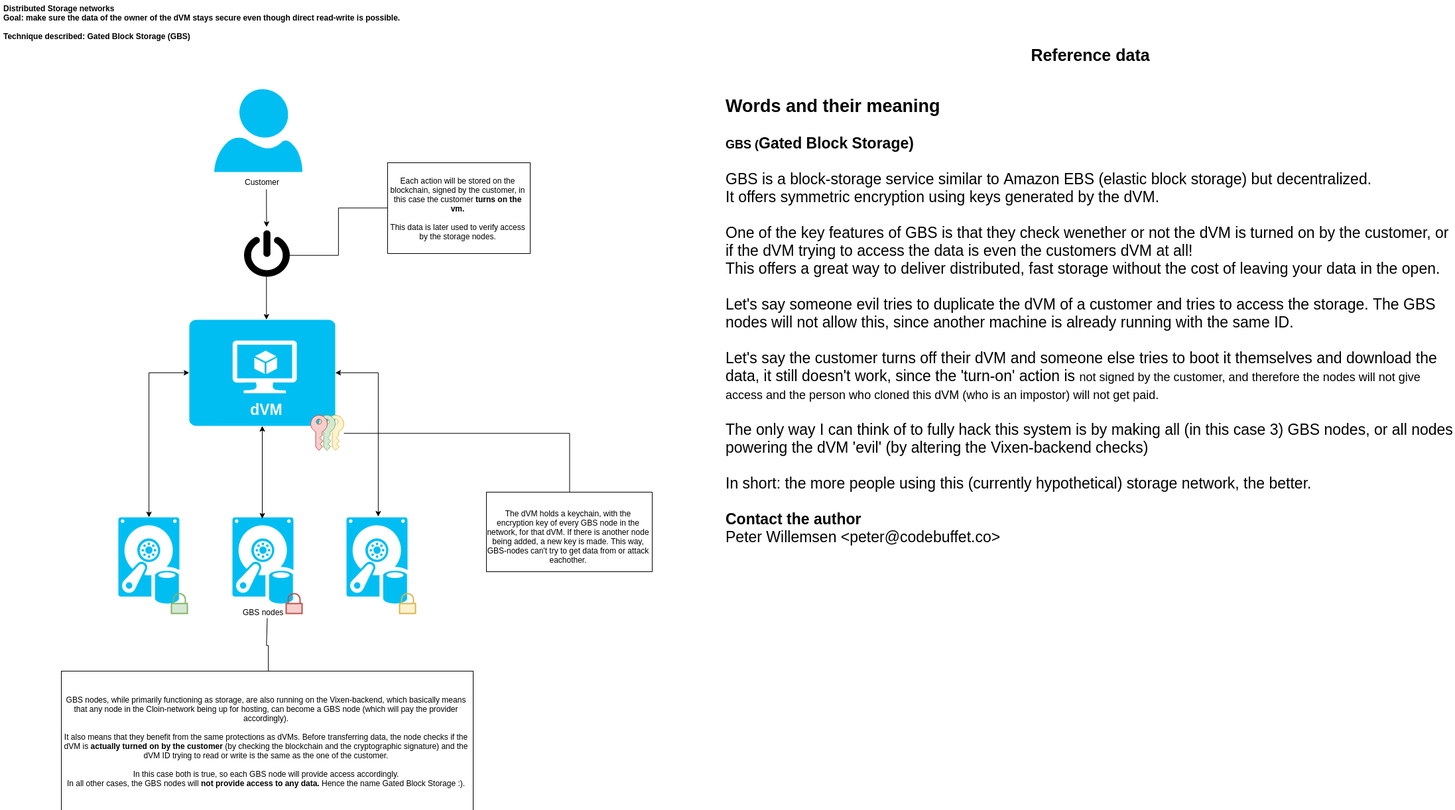
Above: Cloin Storage.png in CloinHQ/Cloin-Research (draw.io), before the change. Source tidied: cells renumbered, new cells last; positions are measured from the earlier drawing's top-left corner, leaving out a move shared by most shapes.
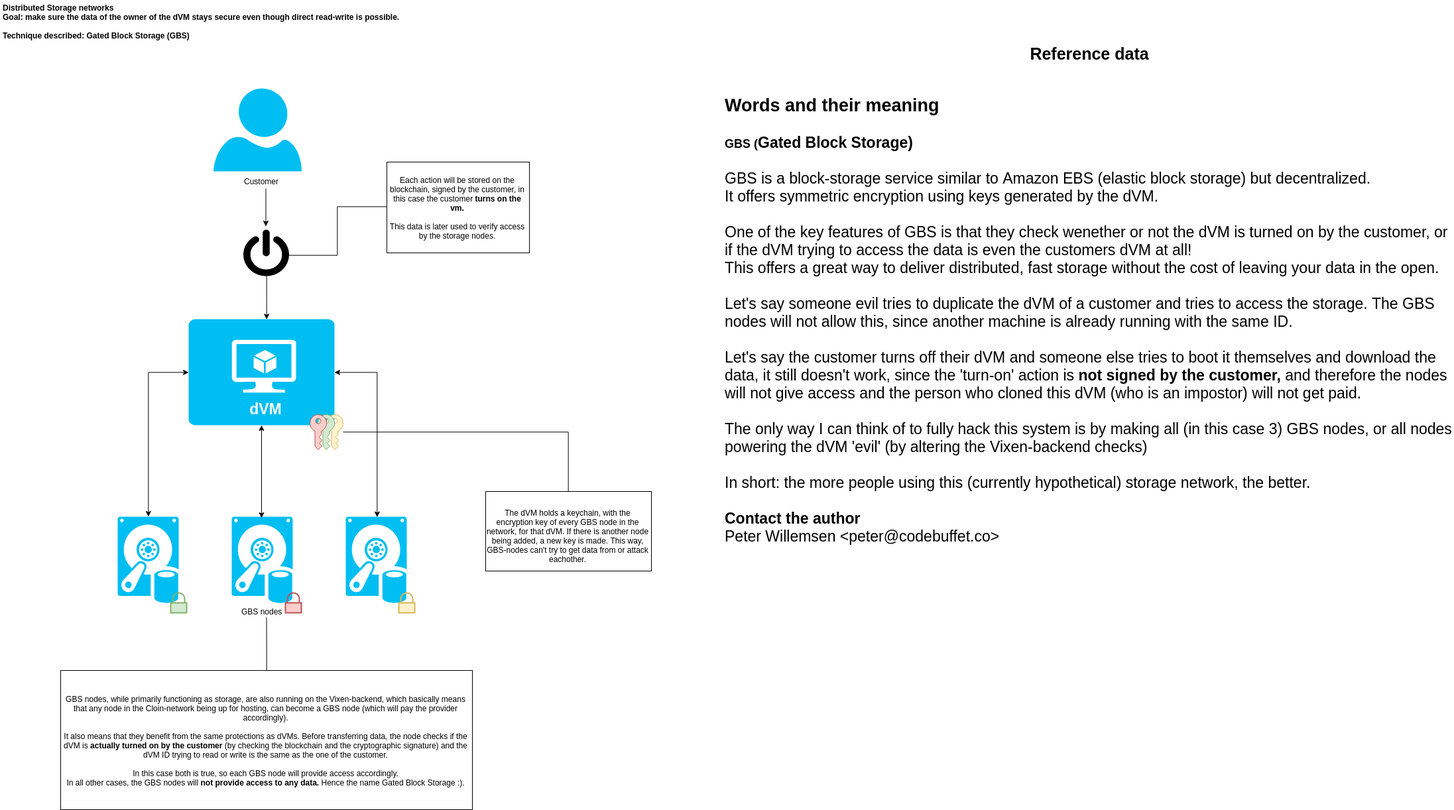
After the change.

Commit message:
updated GBS research / flowchart

Diff of the diagram source:
```diff
@@ -106,7 +106,7 @@
     <mxCell id="32" style="edgeStyle=orthogonalEdgeStyle;rounded=0;html=1;entryX=0.5;entryY=0;startArrow=none;startFill=0;endArrow=none;endFill=0;jettySize=auto;" parent="1" edge="1" source="21" target="31">
       <mxGeometry relative="1" as="geometry" />
     </mxCell>
-    <mxCell id="33" value="&lt;div style=&quot;text-align: left&quot;&gt;&lt;span style=&quot;color: rgb(0 , 0 , 0)&quot;&gt;&lt;b&gt;&lt;font style=&quot;font-size: 27px&quot;&gt;Words and their meaning&lt;/font&gt;&lt;/b&gt;&lt;/span&gt;&lt;/div&gt;&lt;div style=&quot;text-align: left&quot;&gt;&lt;font color=&quot;#000000&quot;&gt;&lt;br&gt;&lt;/font&gt;&lt;/div&gt;&lt;div&gt;&lt;div style=&quot;text-align: left&quot;&gt;&lt;b&gt;&lt;span style=&quot;color: rgb(0 , 0 , 0) ; font-size: 18px&quot;&gt;GBS (&lt;/span&gt;&lt;span style=&quot;color: rgb(0 , 0 , 0)&quot;&gt;Gated Block Storage)&lt;/span&gt;&lt;/b&gt;&lt;/div&gt;&lt;font color=&quot;#000000&quot;&gt;&lt;div style=&quot;text-align: left&quot;&gt;&lt;br&gt;&lt;/div&gt;&lt;div style=&quot;text-align: left&quot;&gt;&lt;span&gt;GBS is a block-storage service similar to Amazon EBS (elastic block storage) but decentralized.&lt;/span&gt;&lt;/div&gt;&lt;div style=&quot;text-align: left&quot;&gt;&lt;span&gt;It offers symmetric encryption using keys generated by the dVM.&lt;/span&gt;&lt;/div&gt;&lt;div style=&quot;text-align: left&quot;&gt;&lt;br&gt;&lt;/div&gt;&lt;div style=&quot;text-align: left&quot;&gt;&lt;span&gt;One of the key features of GBS is that they check wenether or not the dVM is turned on by the customer, or if the dVM trying to access the data is even the customers dVM at all!&lt;/span&gt;&lt;/div&gt;&lt;div style=&quot;text-align: left&quot;&gt;&lt;span&gt;This offers a great way to deliver distributed, fast storage without the cost of leaving your data in the open.&amp;nbsp;&lt;/span&gt;&lt;/div&gt;&lt;div style=&quot;text-align: left&quot;&gt;&lt;br&gt;&lt;/div&gt;&lt;div style=&quot;text-align: left&quot;&gt;&lt;span&gt;Let's say someone evil tries to duplicate the dVM of a customer and tries to access the storage. The GBS nodes will not allow this, since another machine is already running with the same ID.&lt;/span&gt;&lt;/div&gt;&lt;div style=&quot;text-align: left&quot;&gt;&lt;br&gt;&lt;/div&gt;&lt;div style=&quot;text-align: left&quot;&gt;&lt;span&gt;Let's say the customer turns off their dVM and someone else tries to boot it themselves and download the data, it still doesn't work, since the 'turn-on' action is &lt;/span&gt;&lt;span style=&quot;font-size: 18px&quot;&gt;not&amp;nbsp;signed by the customer, and therefore the nodes will not give access and the person who cloned this dVM (who is an&amp;nbsp;impostor) will not get paid.&lt;/span&gt;&lt;/div&gt;&lt;div style=&quot;text-align: left&quot;&gt;&lt;br&gt;&lt;/div&gt;&lt;div style=&quot;text-align: left&quot;&gt;&lt;span&gt;The only way I can think of to fully hack this system is by making all (in this case 3) GBS nodes, or&amp;nbsp;all nodes powering the dVM&amp;nbsp;'evil' (by altering the Vixen-backend checks)&lt;/span&gt;&lt;/div&gt;&lt;div style=&quot;text-align: left&quot;&gt;&lt;br&gt;&lt;/div&gt;&lt;div style=&quot;text-align: left&quot;&gt;&lt;span&gt;In short: the more people using this (currently&amp;nbsp;hypothetical)&amp;nbsp;storage network, the better.&lt;/span&gt;&lt;/div&gt;&lt;div style=&quot;text-align: left&quot;&gt;&lt;span&gt;&lt;br&gt;&lt;/span&gt;&lt;/div&gt;&lt;div style=&quot;text-align: left&quot;&gt;&lt;b&gt;Contact the author&lt;/b&gt;&lt;/div&gt;&lt;div style=&quot;text-align: left&quot;&gt;Peter Willemsen &amp;lt;peter@codebuffet.co&amp;gt;&lt;/div&gt;&lt;/font&gt;&lt;/div&gt;" style="rounded=0;whiteSpace=wrap;html=1;fillColor=#ffffff;fontSize=23;fontColor=#FFFFFF;verticalAlign=top;strokeColor=none;" parent="1" vertex="1">
+    <mxCell id="33" value="&lt;div style=&quot;text-align: left&quot;&gt;&lt;span style=&quot;color: rgb(0 , 0 , 0)&quot;&gt;&lt;b&gt;&lt;font style=&quot;font-size: 27px&quot;&gt;Words and their meaning&lt;/font&gt;&lt;/b&gt;&lt;/span&gt;&lt;/div&gt;&lt;div style=&quot;text-align: left&quot;&gt;&lt;font color=&quot;#000000&quot;&gt;&lt;br&gt;&lt;/font&gt;&lt;/div&gt;&lt;div&gt;&lt;div style=&quot;text-align: left&quot;&gt;&lt;b&gt;&lt;span style=&quot;color: rgb(0 , 0 , 0) ; font-size: 18px&quot;&gt;GBS (&lt;/span&gt;&lt;span style=&quot;color: rgb(0 , 0 , 0)&quot;&gt;Gated Block Storage)&lt;/span&gt;&lt;/b&gt;&lt;/div&gt;&lt;font color=&quot;#000000&quot;&gt;&lt;div style=&quot;text-align: left&quot;&gt;&lt;br&gt;&lt;/div&gt;&lt;div style=&quot;text-align: left&quot;&gt;&lt;span&gt;GBS is a block-storage service similar to Amazon EBS (elastic block storage) but decentralized.&lt;/span&gt;&lt;/div&gt;&lt;div style=&quot;text-align: left&quot;&gt;&lt;span&gt;It offers symmetric encryption using keys generated by the dVM.&lt;/span&gt;&lt;/div&gt;&lt;div style=&quot;text-align: left&quot;&gt;&lt;br&gt;&lt;/div&gt;&lt;div style=&quot;text-align: left&quot;&gt;&lt;span&gt;One of the key features of GBS is that they check wenether or not the dVM is turned on by the customer, or if the dVM trying to access the data is even the customers dVM at all!&lt;/span&gt;&lt;/div&gt;&lt;div style=&quot;text-align: left&quot;&gt;&lt;span&gt;This offers a great way to deliver distributed, fast storage without the cost of leaving your data in the open.&amp;nbsp;&lt;/span&gt;&lt;/div&gt;&lt;div style=&quot;text-align: left&quot;&gt;&lt;br&gt;&lt;/div&gt;&lt;div style=&quot;text-align: left&quot;&gt;&lt;span&gt;Let's say someone evil tries to duplicate the dVM of a customer and tries to access the storage. The GBS nodes will not allow this, since another machine is already running with the same ID.&lt;/span&gt;&lt;/div&gt;&lt;div style=&quot;text-align: left&quot;&gt;&lt;br&gt;&lt;/div&gt;&lt;div style=&quot;text-align: left&quot;&gt;&lt;span&gt;Let's say the customer turns off their dVM and someone else tries to boot it themselves and download the data, it still doesn't work, since the 'turn-on' action is &lt;/span&gt;&lt;font style=&quot;font-size: 23px&quot;&gt;&lt;b&gt;not&amp;nbsp;signed by the customer,&lt;/b&gt; and therefore the nodes will not give access and the person who cloned this dVM (who is an&amp;nbsp;impostor) will not get paid.&lt;/font&gt;&lt;/div&gt;&lt;div style=&quot;text-align: left&quot;&gt;&lt;br&gt;&lt;/div&gt;&lt;div style=&quot;text-align: left&quot;&gt;&lt;span&gt;The only way I can think of to fully hack this system is by making all (in this case 3) GBS nodes, or&amp;nbsp;all nodes powering the dVM&amp;nbsp;'evil' (by altering the Vixen-backend checks)&lt;/span&gt;&lt;/div&gt;&lt;div style=&quot;text-align: left&quot;&gt;&lt;br&gt;&lt;/div&gt;&lt;div style=&quot;text-align: left&quot;&gt;&lt;span&gt;In short: the more people using this (currently&amp;nbsp;hypothetical)&amp;nbsp;storage network, the better.&lt;/span&gt;&lt;/div&gt;&lt;div style=&quot;text-align: left&quot;&gt;&lt;span&gt;&lt;br&gt;&lt;/span&gt;&lt;/div&gt;&lt;div style=&quot;text-align: left&quot;&gt;&lt;b&gt;Contact the author&lt;/b&gt;&lt;/div&gt;&lt;div style=&quot;text-align: left&quot;&gt;Peter Willemsen &amp;lt;peter@codebuffet.co&amp;gt;&lt;/div&gt;&lt;/font&gt;&lt;/div&gt;" style="rounded=0;whiteSpace=wrap;html=1;fillColor=#ffffff;fontSize=23;fontColor=#FFFFFF;verticalAlign=top;strokeColor=none;" parent="1" vertex="1">
       <mxGeometry x="1090" y="134" width="1100" height="980" as="geometry" />
     </mxCell>
     <mxCell id="34" value="&lt;div&gt;&lt;span style=&quot;font-size: 25px&quot;&gt;&lt;b&gt;Reference data&lt;/b&gt;&lt;/span&gt;&lt;/div&gt;" style="text;html=1;strokeColor=none;fillColor=none;align=center;verticalAlign=middle;whiteSpace=wrap;" parent="1" vertex="1">
```
